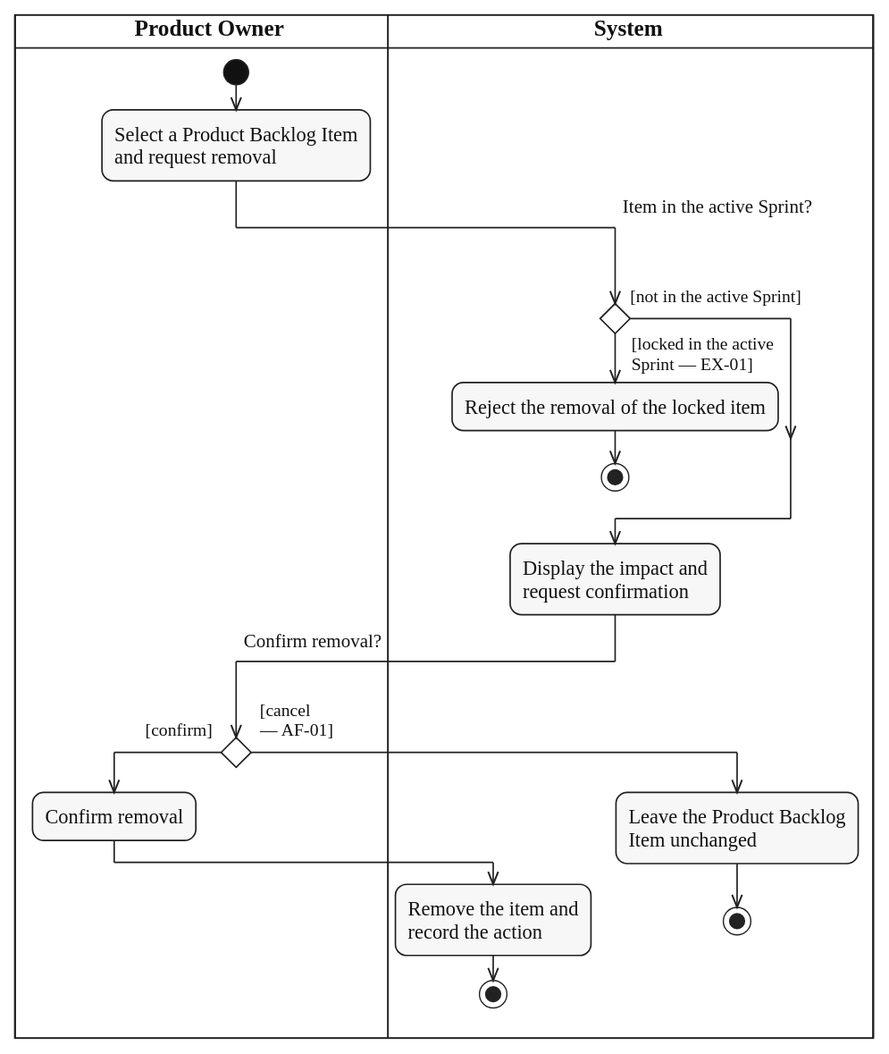
The PlantUML diagram diagrams/activity/product-backlog/svg/UC-BACKLOG-ITEM-REMOVE.svg in lukenab/swd392-doc-automation, before a commit. Its source is kept beside it as diagrams/activity/product-backlog/source/UC-BACKLOG-ITEM-REMOVE.puml.
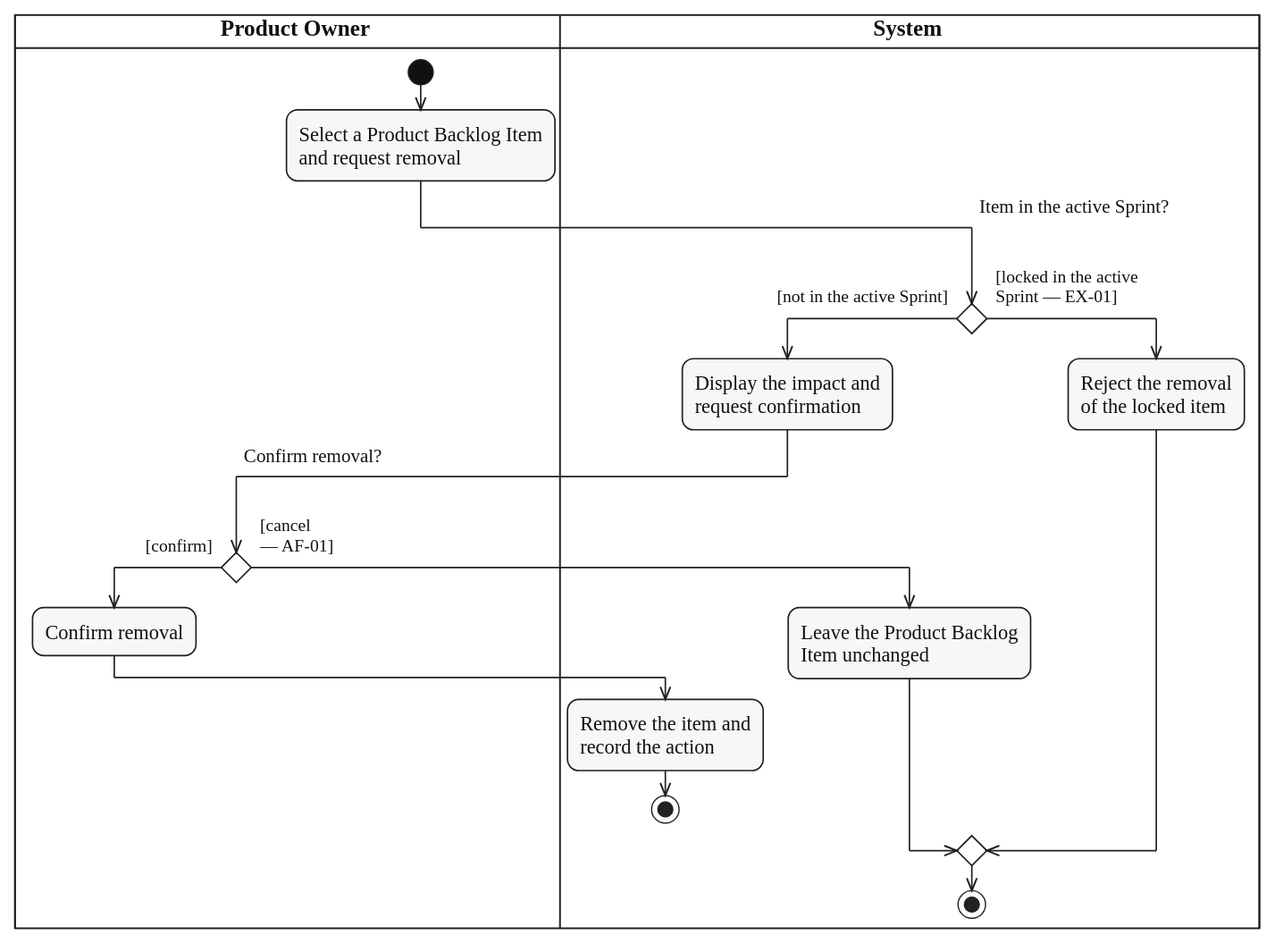
Above is the later version.

Commit message:
docs(activity): fix partitions, added text and end nodes in product backlog diagrams

Diff of the diagram source:
```diff
@@ -1,6 +1,5 @@
 @startuml UC-BACKLOG-ITEM-REMOVE
 !include ../../_shared/activity-style.puml
-
 |PRO| $lane_title("Product Owner")
 |SYS| $lane_title("System")
 
@@ -10,23 +9,24 @@
 and request removal;
 |SYS|
 if ($question_x("Item in the active Sprint?")) then ($guard_left("[not in the active Sprint]"))
+  :Display the impact and
+  request confirmation;
+  |PRO|
+  if ($question_x("Confirm removal?")) then ($guard_left("[confirm]"))
+    :Confirm removal;
+    |SYS|
+    :Remove the item and
+    record the action;
+    stop
+  else ($guard_right("[cancel", "— AF-01]"))
+    |SYS|
+    :Leave the Product Backlog
+    Item unchanged;
+  endif
 else ($guard_right("[locked in the active", "Sprint — EX-01]"))
-  :Reject the removal of the locked item;
-  stop
+  :Reject the removal
+  of the locked item;
 endif
-:Display the impact and
-request confirmation;
-|PRO|
-if ($question_x("Confirm removal?")) then ($guard_left("[confirm]"))
-  :Confirm removal;
-  |SYS|
-  :Remove the item and
-  record the action;
-  stop
-else ($guard_right("[cancel", "— AF-01]"))
-  |SYS|
-  :Leave the Product Backlog
-  Item unchanged;
-  stop
-endif
+|SYS|
+stop
 @enduml
```
